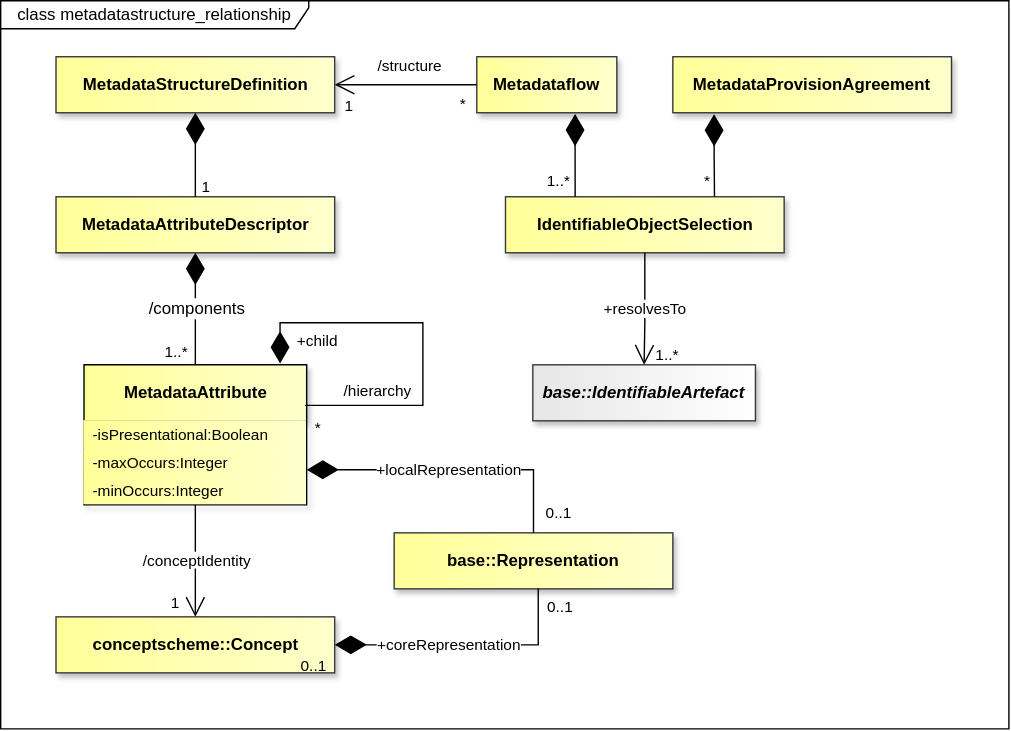
The draw.io diagram docs/information_model/media/sdmx_metadatastructure-metadatastructure_relationship.svg in sdmx-twg/sdmx-im, before a commit. Source tidied: cells renumbered, new cells last; positions are measured from the earlier drawing's top-left corner, leaving out a move shared by most shapes.
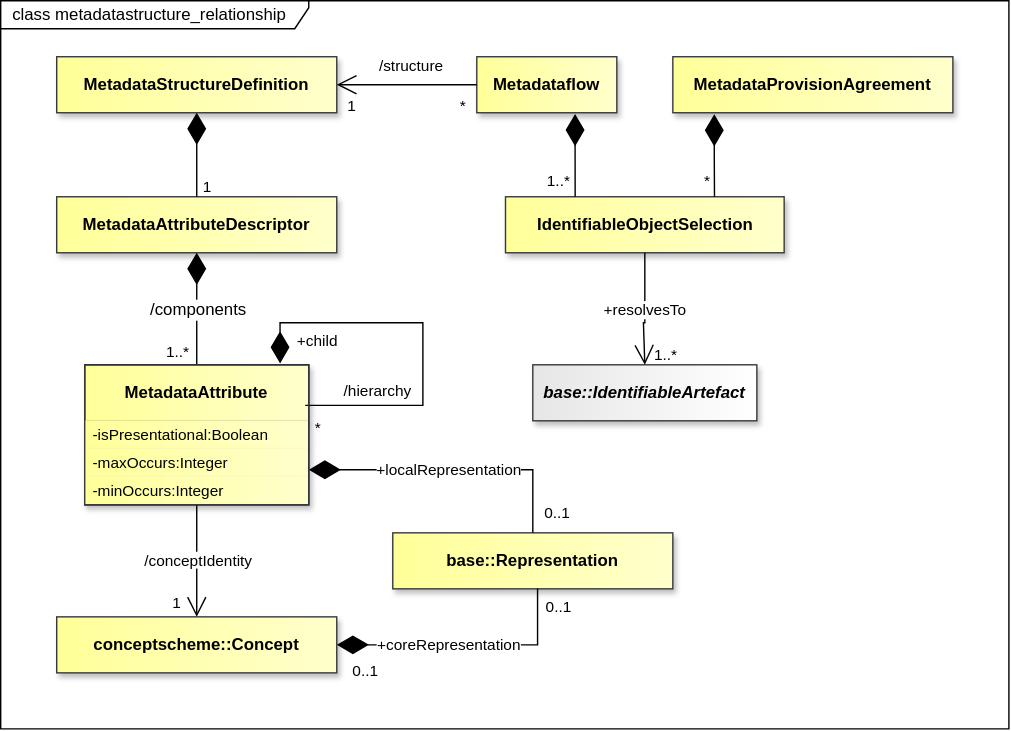
After the commit.

The edit, as a diff of the source:
```diff
@@ -2,7 +2,7 @@
   <root>
     <mxCell id="0" />
     <mxCell id="1" parent="0" />
-    <mxCell id="2" value="class metadatastructure_relationship" style="shape=umlFrame;whiteSpace=wrap;html=1;fillColor=light-dark(#FFFFFF,#121212);swimlaneFillColor=light-dark(#FFFFFF,#121212);width=220;height=20;" parent="1" vertex="1">
+    <mxCell id="2" value="&amp;nbsp; class metadatastructure_relationship" style="shape=umlFrame;whiteSpace=wrap;html=1;fillColor=light-dark(#FFFFFF,#121212);swimlaneFillColor=light-dark(#FFFFFF,#121212);width=220;height=20;align=left;" parent="1" vertex="1">
       <mxGeometry width="720" height="520" as="geometry" />
     </mxCell>
     <mxCell id="3" style="endArrow=none;" parent="1" edge="1">
@@ -15,16 +15,16 @@
       <mxGeometry relative="1" as="geometry" />
     </mxCell>
     <mxCell id="6" value="&lt;span&gt;&lt;span&gt;MetadataStructureDefinition&lt;/span&gt;&lt;/span&gt;" style="whiteSpace=wrap;html=1;verticalAlign=middle;gradientDirection=east;imageVerticalAlign=top;fontStyle=1;fillColor=light-dark(#FFFF99,#FFFF99);strokeColor=#36393d;fontColor=light-dark(#000000,#000000);gradientColor=light-dark(#FFFFCC,#FFFFCC);shadow=1;" parent="1" vertex="1">
-      <mxGeometry x="39.5" y="40" width="199" height="40" as="geometry" />
+      <mxGeometry x="40" y="40" width="200" height="40" as="geometry" />
     </mxCell>
     <mxCell id="7" value="&lt;span&gt;&lt;span&gt;Metadataflow&lt;/span&gt;&lt;/span&gt;" style="whiteSpace=wrap;html=1;verticalAlign=middle;gradientDirection=east;imageVerticalAlign=top;fontStyle=1;fillColor=light-dark(#FFFF99,#FFFF99);strokeColor=#36393d;fontColor=light-dark(#000000,#000000);gradientColor=light-dark(#FFFFCC,#FFFFCC);shadow=1;" parent="1" vertex="1">
       <mxGeometry x="340" y="40" width="100" height="40" as="geometry" />
     </mxCell>
     <mxCell id="8" value="MetadataProvisionAgreement" style="whiteSpace=wrap;html=1;verticalAlign=middle;gradientDirection=east;imageVerticalAlign=top;fontStyle=1;fillColor=light-dark(#FFFF99,#FFFF99);strokeColor=#36393d;fontColor=light-dark(#000000,#000000);gradientColor=light-dark(#FFFFCC,#FFFFCC);shadow=1;" parent="1" vertex="1">
-      <mxGeometry x="480" y="40" width="199" height="40" as="geometry" />
+      <mxGeometry x="480" y="40" width="200" height="40" as="geometry" />
     </mxCell>
     <mxCell id="9" value="MetadataAttributeDescriptor" style="whiteSpace=wrap;html=1;verticalAlign=middle;gradientDirection=east;imageVerticalAlign=top;fontStyle=1;fillColor=light-dark(#FFFF99,#FFFF99);strokeColor=#36393d;fontColor=light-dark(#000000,#000000);gradientColor=light-dark(#FFFFCC,#FFFFCC);shadow=1;" parent="1" vertex="1">
-      <mxGeometry x="39.5" y="140" width="199" height="40" as="geometry" />
+      <mxGeometry x="40" y="140" width="200" height="40" as="geometry" />
     </mxCell>
     <mxCell id="10" value="&lt;span style=&quot;background-color: rgb(255, 255, 255);&quot;&gt;/structure&lt;/span&gt;" style="endArrow=open;html=1;endSize=12;startArrow=none;startSize=20;startFill=0;edgeStyle=orthogonalEdgeStyle;rounded=0;endFill=0;strokeColor=light-dark(#000000,#FFFFFF);fontColor=light-dark(#000000,#FFFFFF);labelBackgroundColor=none;entryX=1;entryY=0.5;entryDx=0;entryDy=0;exitX=0;exitY=0.5;exitDx=0;exitDy=0;" parent="1" edge="1" source="7" target="6">
       <mxGeometry x="-0.06" y="-13" relative="1" as="geometry" />
@@ -73,16 +73,16 @@
       </mxGeometry>
     </mxCell>
     <mxCell id="20" value="MetadataAttribute" style="swimlane;fontStyle=1;align=center;verticalAlign=middle;horizontal=1;startSize=40;whiteSpace=wrap;html=1;fillColor=light-dark(#FFFF99,#FFFF99);strokeColor=light-dark(#000000,#000000);gradientDirection=east;swimlaneLine=1;fontColor=light-dark(#000000,#000000);labelBackgroundColor=none;textShadow=0;gradientColor=light-dark(#FFFFCC,#FFFFCC);shadow=1;" parent="1" vertex="1">
-      <mxGeometry x="59.5" y="260" width="159" height="100" as="geometry" />
+      <mxGeometry x="60" y="260" width="160" height="100" as="geometry" />
     </mxCell>
-    <mxCell id="21" value="-isPresentational:Boolean" style="text;strokeColor=none;fillColor=light-dark(#FFFF99,#FFFF99);align=left;verticalAlign=middle;spacingLeft=4;spacingRight=4;overflow=hidden;whiteSpace=wrap;html=1;fontFamily=Helvetica;fontSize=11;fontColor=light-dark(#000000,#000000);gradientColor=light-dark(#FFFFCC,#FFFFCC);gradientDirection=east;" parent="20" vertex="1">
-      <mxGeometry y="40" width="159" height="20" as="geometry" />
+    <mxCell id="21" value="-isPresentational:Boolean" style="text;strokeColor=none;fillColor=light-dark(#FFFF99,#FFFF99);align=left;verticalAlign=middle;spacingLeft=4;spacingRight=4;overflow=hidden;whiteSpace=wrap;html=1;fontFamily=Helvetica;fontSize=11;fontColor=light-dark(#000000,#000000);gradientColor=light-dark(#FFFFCC,#FFFFCC);gradientDirection=east;shadow=1;" parent="20" vertex="1">
+      <mxGeometry y="40" width="160" height="20" as="geometry" />
     </mxCell>
-    <mxCell id="22" value="-maxOccurs:Integer" style="text;strokeColor=none;fillColor=light-dark(#FFFF99,#FFFF99);align=left;verticalAlign=middle;spacingLeft=4;spacingRight=4;overflow=hidden;whiteSpace=wrap;html=1;fontFamily=Helvetica;fontSize=11;fontColor=light-dark(#000000,#000000);gradientColor=light-dark(#FFFFCC,#FFFFCC);gradientDirection=east;" parent="20" vertex="1">
-      <mxGeometry y="60" width="159" height="20" as="geometry" />
+    <mxCell id="22" value="-maxOccurs:Integer" style="text;strokeColor=none;fillColor=light-dark(#FFFF99,#FFFF99);align=left;verticalAlign=middle;spacingLeft=4;spacingRight=4;overflow=hidden;whiteSpace=wrap;html=1;fontFamily=Helvetica;fontSize=11;fontColor=light-dark(#000000,#000000);gradientColor=light-dark(#FFFFCC,#FFFFCC);gradientDirection=east;shadow=1;" parent="20" vertex="1">
+      <mxGeometry y="60" width="160" height="20" as="geometry" />
     </mxCell>
-    <mxCell id="23" value="-minOccurs:Integer" style="text;strokeColor=none;fillColor=light-dark(#FFFF99,#FFFF99);align=left;verticalAlign=middle;spacingLeft=4;spacingRight=4;overflow=hidden;whiteSpace=wrap;html=1;fontFamily=Helvetica;fontSize=11;fontColor=light-dark(#000000,#000000);gradientColor=light-dark(#FFFFCC,#FFFFCC);gradientDirection=east;" parent="20" vertex="1">
-      <mxGeometry y="80" width="159" height="20" as="geometry" />
+    <mxCell id="23" value="-minOccurs:Integer" style="text;strokeColor=none;fillColor=light-dark(#FFFF99,#FFFF99);align=left;verticalAlign=middle;spacingLeft=4;spacingRight=4;overflow=hidden;whiteSpace=wrap;html=1;fontFamily=Helvetica;fontSize=11;fontColor=light-dark(#000000,#000000);gradientColor=light-dark(#FFFFCC,#FFFFCC);gradientDirection=east;shadow=1;" parent="20" vertex="1">
+      <mxGeometry y="80" width="160" height="20" as="geometry" />
     </mxCell>
     <mxCell id="24" value="&lt;font style=&quot;color: light-dark(rgb(0, 0, 0), rgb(255, 255, 255)); background-color: light-dark(rgb(255, 255, 255), rgb(0, 0, 0));&quot;&gt;/hierarchy&lt;/font&gt;" style="endArrow=none;html=1;endSize=12;startArrow=diamondThin;startSize=20;startFill=1;edgeStyle=orthogonalEdgeStyle;rounded=0;endFill=0;strokeColor=light-dark(#000000,#FFFFFF);fontColor=light-dark(#000000,#FFFFFF);labelBackgroundColor=none;entryX=1;entryY=0.5;entryDx=0;entryDy=0;" parent="1" edge="1">
       <mxGeometry x="0.62" y="-10" relative="1" as="geometry">
@@ -121,10 +121,10 @@
       </mxGeometry>
     </mxCell>
     <mxCell id="30" value="conceptscheme::Concept" style="whiteSpace=wrap;html=1;verticalAlign=middle;gradientDirection=east;imageVerticalAlign=top;fontStyle=1;fillColor=light-dark(#FFFF99,#FFFF99);strokeColor=#36393d;fontColor=light-dark(#000000,#000000);gradientColor=light-dark(#FFFFCC,#FFFFCC);shadow=1;" parent="1" vertex="1">
-      <mxGeometry x="39.5" y="440" width="199" height="40" as="geometry" />
+      <mxGeometry x="40" y="440" width="200" height="40" as="geometry" />
     </mxCell>
     <mxCell id="31" value="base::Representation" style="whiteSpace=wrap;html=1;verticalAlign=middle;gradientDirection=east;imageVerticalAlign=top;fontStyle=1;fillColor=light-dark(#FFFF99,#FFFF99);strokeColor=#36393d;fontColor=light-dark(#000000,#000000);gradientColor=light-dark(#FFFFCC,#FFFFCC);shadow=1;" parent="1" vertex="1">
-      <mxGeometry x="281" y="380" width="199" height="40" as="geometry" />
+      <mxGeometry x="280" y="380" width="200" height="40" as="geometry" />
     </mxCell>
     <mxCell id="32" value="&lt;span style=&quot;background-color: rgb(255, 255, 255);&quot;&gt;/conceptIdentity&lt;/span&gt;" style="endArrow=open;html=1;endSize=12;startArrow=none;startSize=20;startFill=0;edgeStyle=orthogonalEdgeStyle;rounded=0;endFill=0;strokeColor=light-dark(#000000,#FFFFFF);fontColor=light-dark(#000000,#FFFFFF);labelBackgroundColor=none;exitX=0.5;exitY=1;exitDx=0;exitDy=0;entryX=0.5;entryY=0;entryDx=0;entryDy=0;" parent="1" edge="1" source="20" target="30">
       <mxGeometry y="1" relative="1" as="geometry" />
@@ -151,7 +151,7 @@
     </mxCell>
     <mxCell id="37" value="0..1" style="edgeLabel;html=1;align=right;verticalAlign=top;labelBackgroundColor=none;fontColor=light-dark(#000000,#FFFFFF);" parent="36" vertex="1">
       <mxGeometry x="-0.11" relative="1" as="geometry">
-        <mxPoint x="-89" y="2" as="offset" />
+        <mxPoint x="-52" y="6" as="offset" />
       </mxGeometry>
     </mxCell>
     <mxCell id="38" value="0..1" style="edgeLabel;html=1;align=right;verticalAlign=top;labelBackgroundColor=none;fontColor=light-dark(#000000,#FFFFFF);" parent="36" vertex="1">
@@ -160,7 +160,7 @@
       </mxGeometry>
     </mxCell>
     <mxCell id="39" value="base::IdentifiableArtefact" style="whiteSpace=wrap;html=1;verticalAlign=middle;gradientDirection=east;imageVerticalAlign=top;fontStyle=3;fillColor=light-dark(#E6E6E6,#E6E6E6);strokeColor=#36393d;fontColor=light-dark(#000000,#000000);gradientColor=light-dark(#FFFFFF,#FFFFFF);shadow=1;" parent="1" vertex="1">
-      <mxGeometry x="380" y="260" width="159" height="40" as="geometry" />
+      <mxGeometry x="380" y="260" width="160" height="40" as="geometry" />
     </mxCell>
     <mxCell id="40" value="&lt;span style=&quot;&quot;&gt;+resolvesTo&lt;/span&gt;" style="endArrow=open;html=1;endSize=12;startArrow=none;startSize=20;startFill=0;edgeStyle=orthogonalEdgeStyle;rounded=0;endFill=0;strokeColor=light-dark(#000000,#FFFFFF);fontColor=light-dark(#000000,#FFFFFF);labelBackgroundColor=default;entryX=0.5;entryY=0;entryDx=0;entryDy=0;exitX=0.5;exitY=1;exitDx=0;exitDy=0;" parent="1" edge="1" source="15" target="39">
       <mxGeometry relative="1" as="geometry">
@@ -175,5 +175,8 @@
         <mxPoint x="6" y="-4" as="offset" />
       </mxGeometry>
     </mxCell>
+    <mxCell id="42" style="rounded=0;whiteSpace=wrap;html=1;fillColor=none;strokeColor=#36393D;" parent="1" vertex="1">
+      <mxGeometry x="60" y="260" width="160" height="100" as="geometry" />
+    </mxCell>
   </root>
 </mxGraphModel>
```
